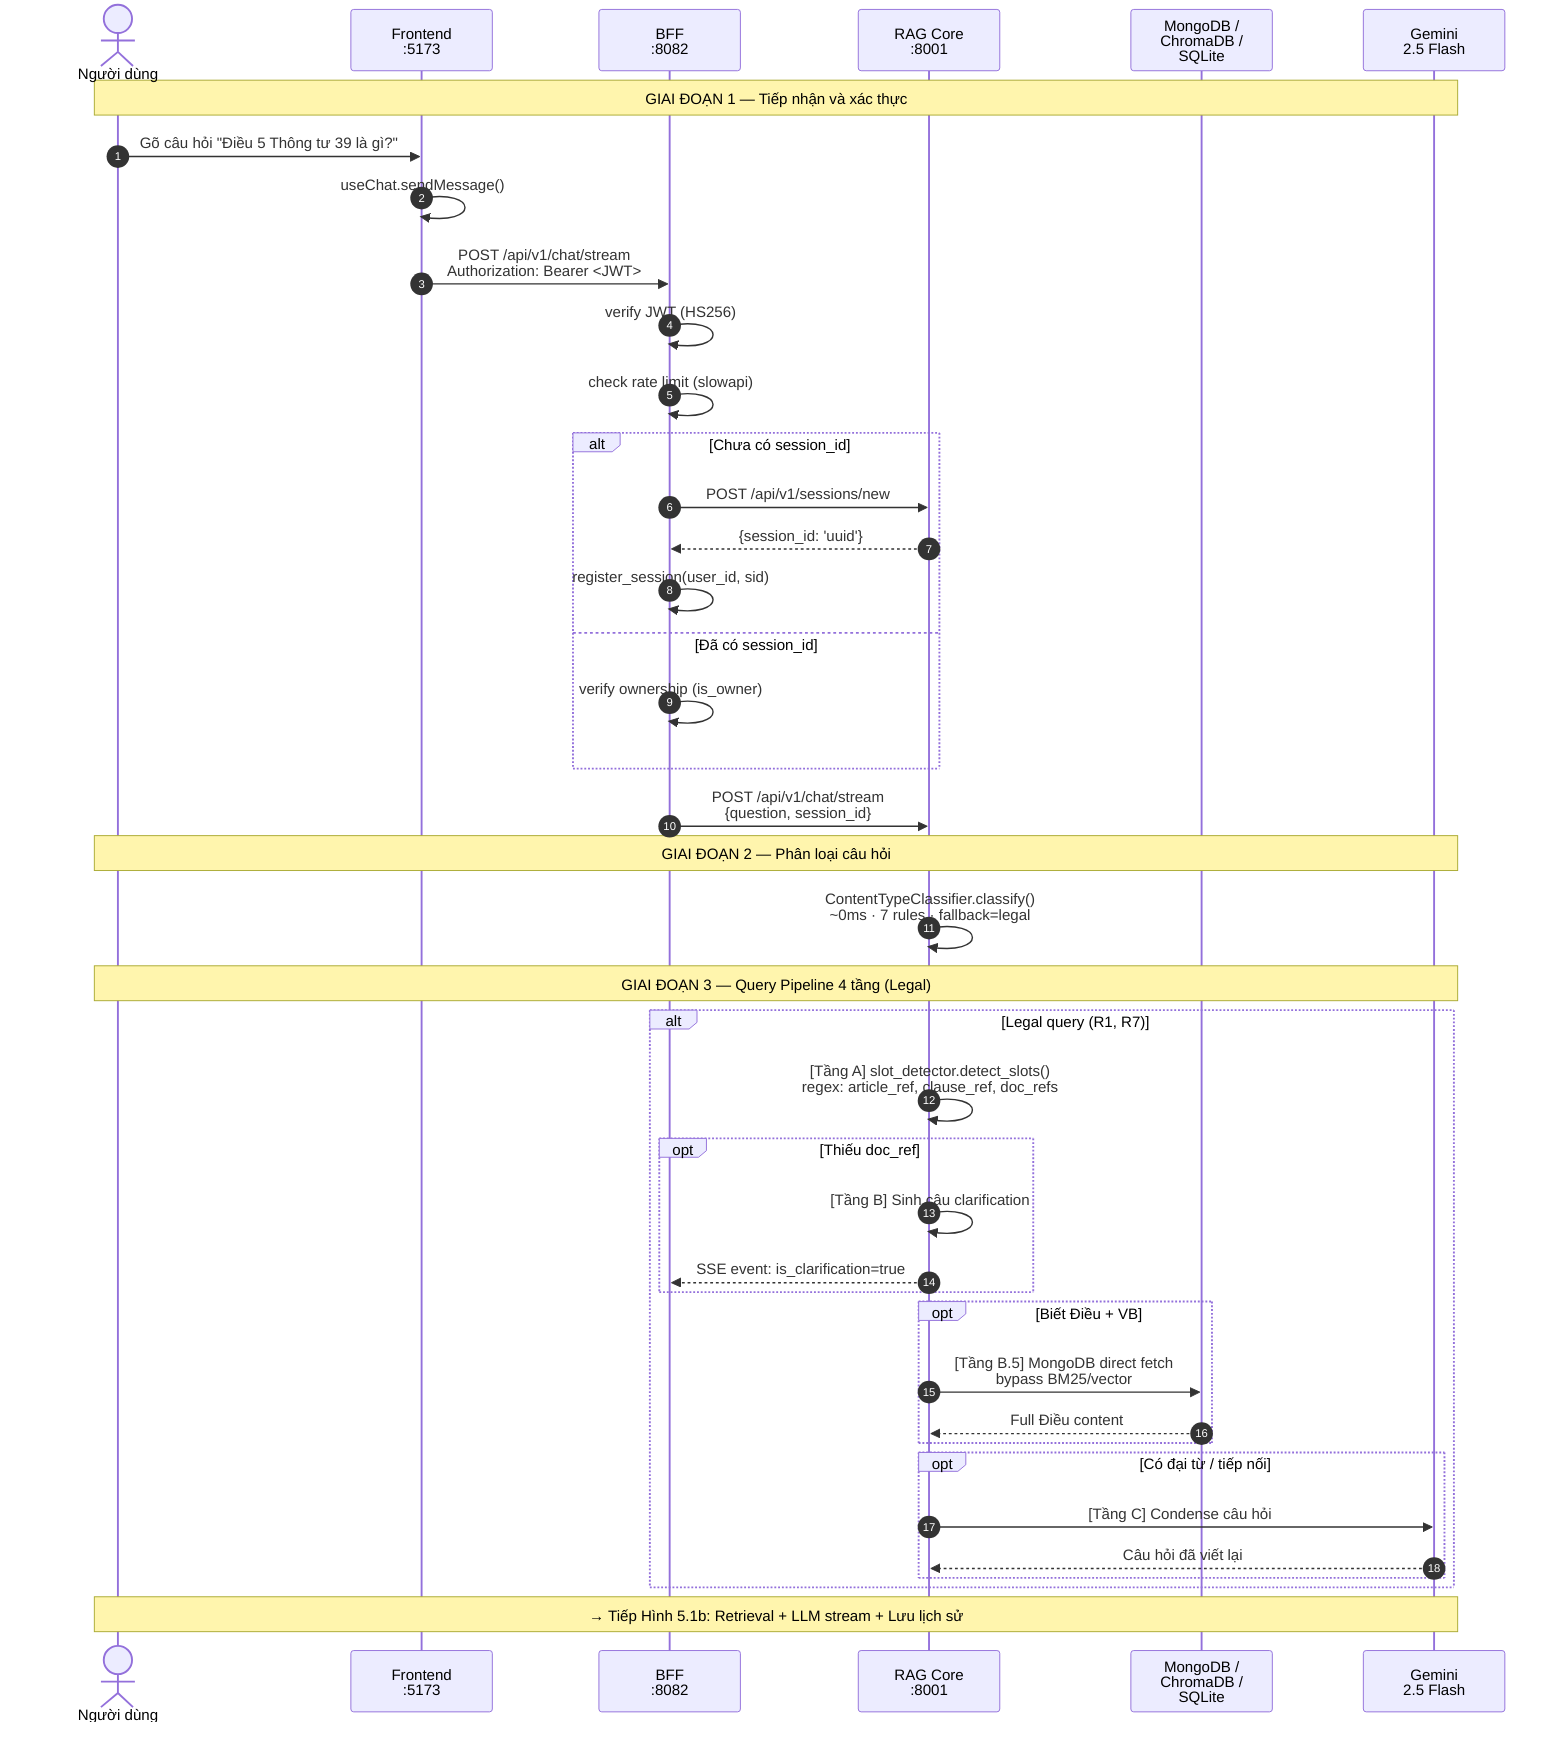
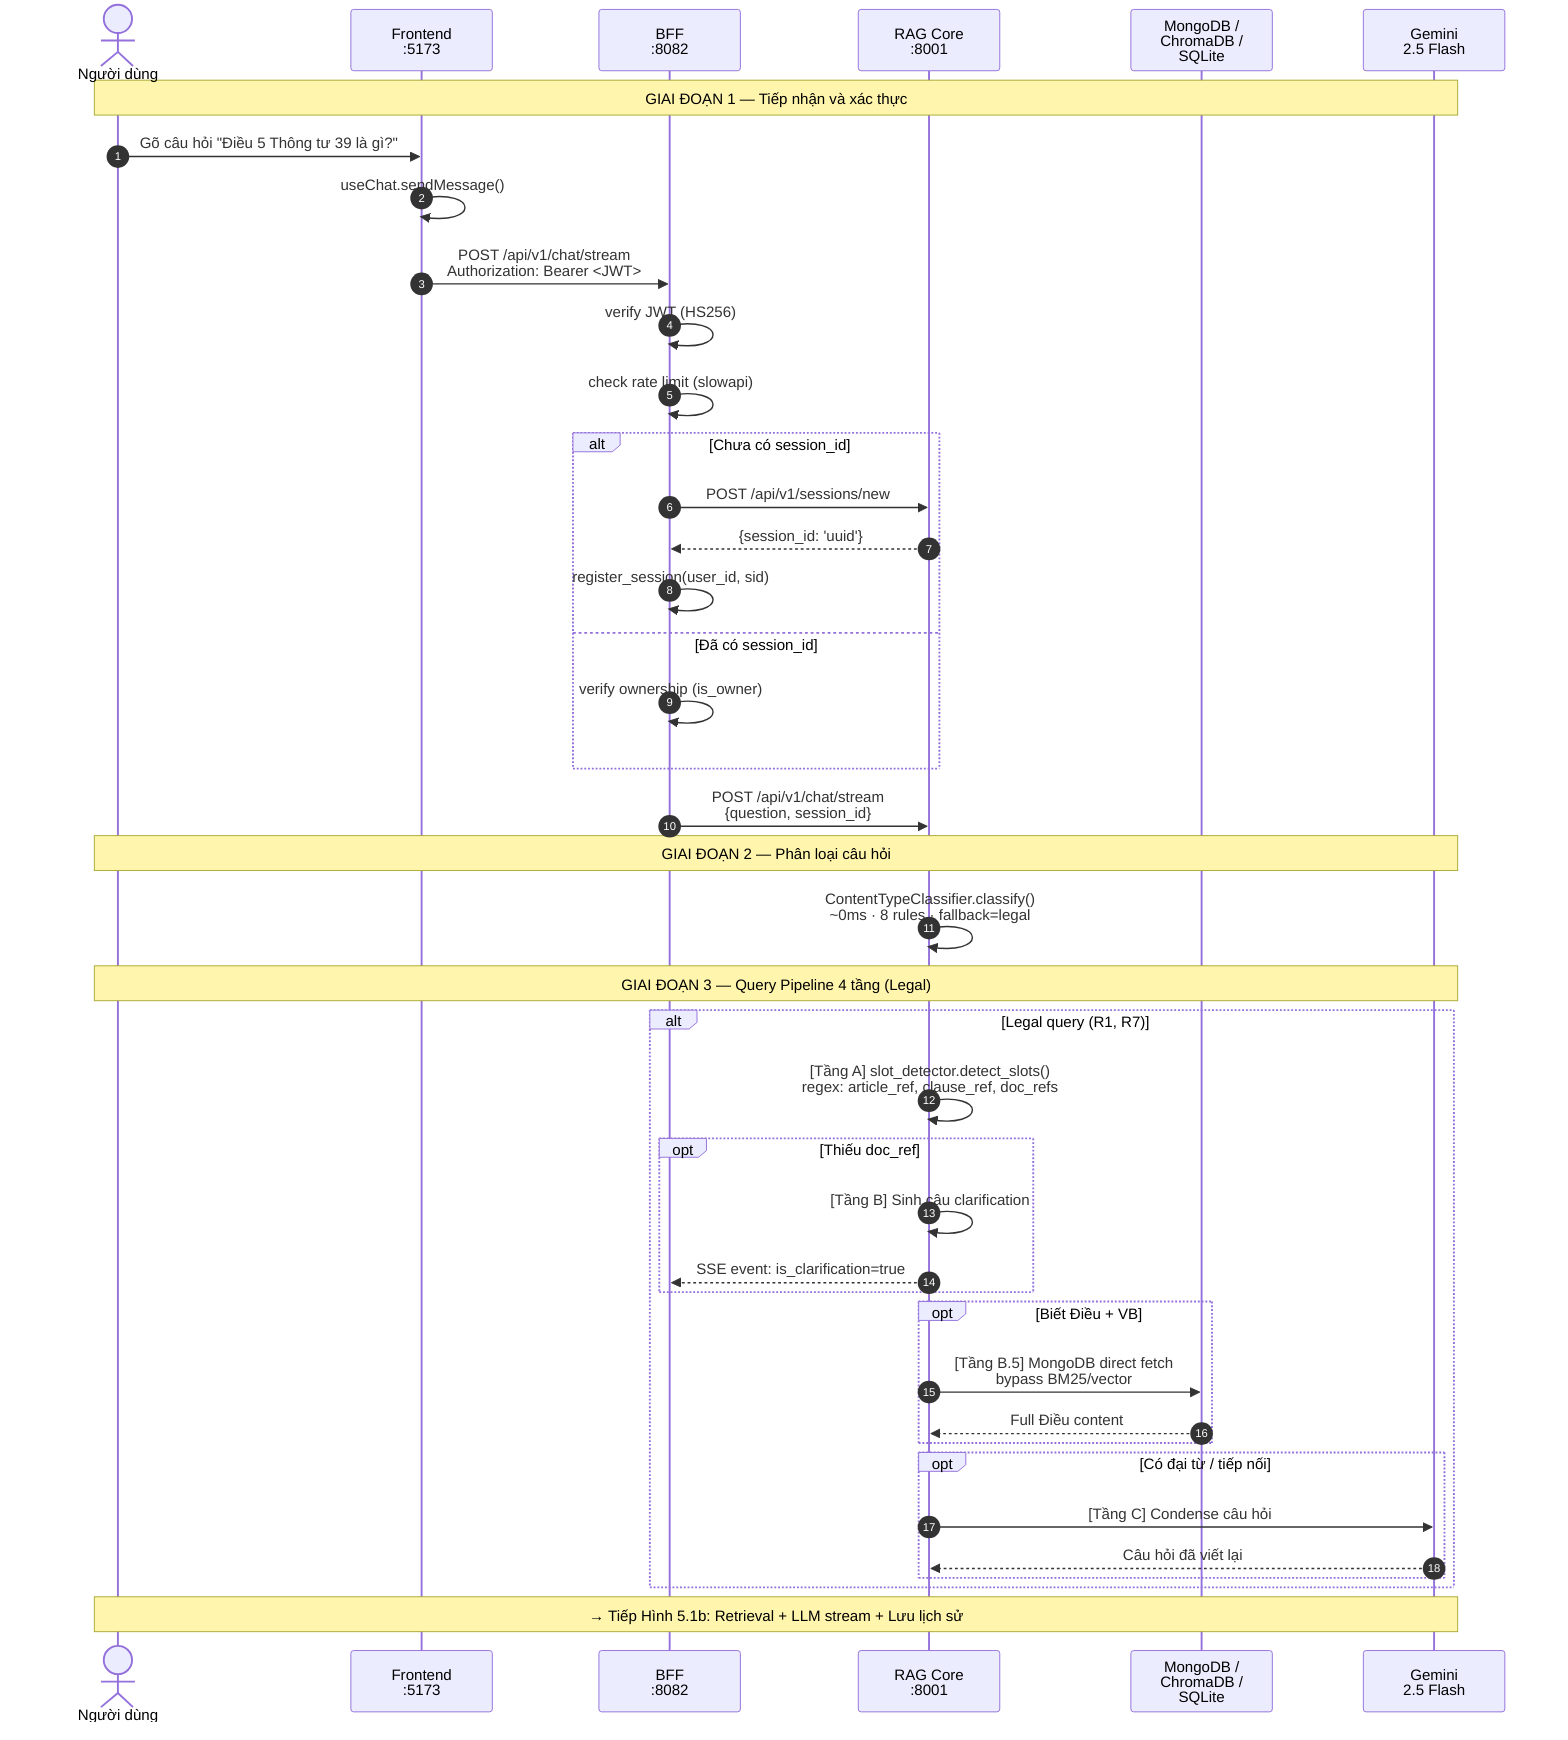
sequenceDiagram
    autonumber
    actor U as Người dùng
    participant FE as Frontend<br/>:5173
    participant BFF as BFF<br/>:8082
    participant RAG as RAG Core<br/>:8001
    participant DB as MongoDB /<br/>ChromaDB /<br/>SQLite
    participant LLM as Gemini<br/>2.5 Flash

    Note over U,LLM: GIAI ĐOẠN 1 — Tiếp nhận và xác thực

    U->>FE: Gõ câu hỏi "Điều 5 Thông tư 39 là gì?"
    FE->>FE: useChat.sendMessage()
    FE->>BFF: POST /api/v1/chat/stream<br/>Authorization: Bearer <JWT>

    BFF->>BFF: verify JWT (HS256)
    BFF->>BFF: check rate limit (slowapi)

    alt Chưa có session_id
        BFF->>RAG: POST /api/v1/sessions/new
        RAG-->>BFF: {session_id: 'uuid'}
        BFF->>BFF: register_session(user_id, sid)
    else Đã có session_id
        BFF->>BFF: verify ownership (is_owner)
    end

    BFF->>RAG: POST /api/v1/chat/stream<br/>{question, session_id}

    Note over U,LLM: GIAI ĐOẠN 2 — Phân loại câu hỏi

-     RAG->>RAG: ContentTypeClassifier.classify()<br/>~0ms · 7 rules · fallback=legal
+     RAG->>RAG: ContentTypeClassifier.classify()<br/>~0ms · 8 rules · fallback=legal

    Note over U,LLM: GIAI ĐOẠN 3 — Query Pipeline 4 tầng (Legal)

    alt Legal query (R1, R7)
        RAG->>RAG: [Tầng A] slot_detector.detect_slots()<br/>regex: article_ref, clause_ref, doc_refs

        opt Thiếu doc_ref
            RAG->>RAG: [Tầng B] Sinh câu clarification
            RAG-->>BFF: SSE event: is_clarification=true
        end

        opt Biết Điều + VB
            RAG->>DB: [Tầng B.5] MongoDB direct fetch<br/>bypass BM25/vector
            DB-->>RAG: Full Điều content
        end

        opt Có đại từ / tiếp nối
            RAG->>LLM: [Tầng C] Condense câu hỏi
            LLM-->>RAG: Câu hỏi đã viết lại
        end
    end

    Note over U,LLM: → Tiếp Hình 5.1b: Retrieval + LLM stream + Lưu lịch sử
